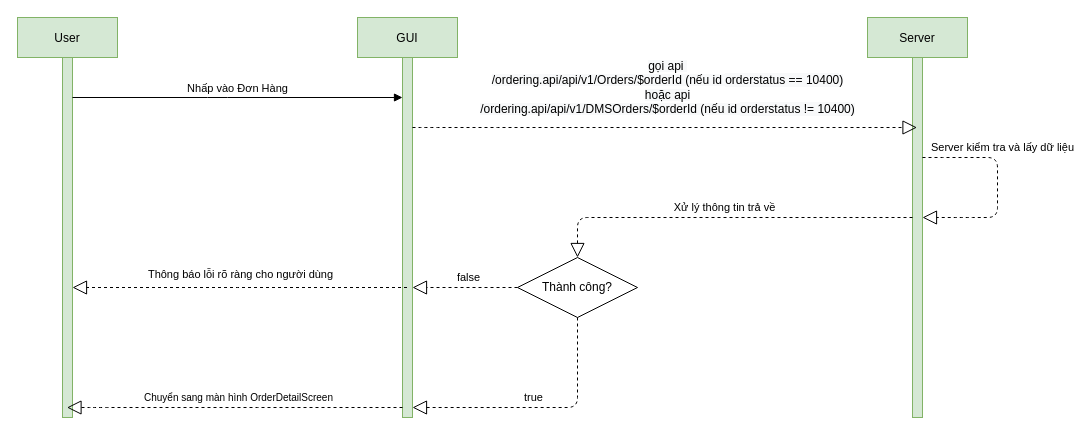
This is page "Order Detail" (5 of 9) of OrderManagement Diagram.drawio from Alars99/diagram, a draw.io file, before an edit. Source tidied: cells renumbered, new cells numbered last; positions are measured from the earlier drawing's top-left corner, leaving out a move shared by most shapes. Both pictures are drawn from the tidied source at 100%, with x=0, y=0 at pixel (17, 17).
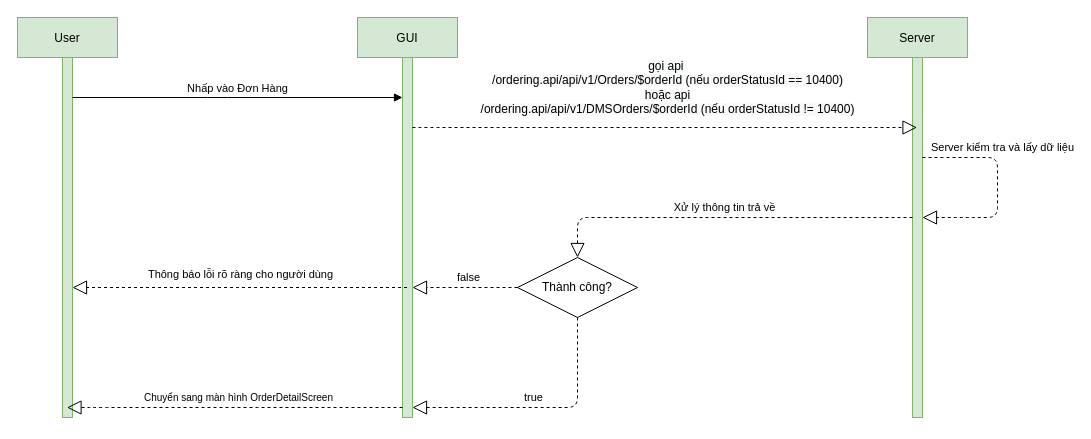
The same page after the edit.

The change refers to these unchanged cells:
```xml
<mxCell id="5" style="points=[];perimeter=orthogonalPerimeter;rounded=0;shadow=0;strokeWidth=1;fillColor=#d5e8d4;strokeColor=#82b366;" parent="4" vertex="1">
  <mxGeometry x="45" y="40" width="10" height="360" as="geometry" />
</mxCell>
<mxCell id="6" value="Server" style="shape=umlLifeline;perimeter=lifelinePerimeter;rounded=0;shadow=0;strokeWidth=1;fillColor=#d5e8d4;strokeColor=#82b366;" parent="1" vertex="1">
  <mxGeometry x="850" width="100" height="400" as="geometry" />
</mxCell>
```

The edit, as a diff of the source:
```diff
@@
-    <mxCell id="10" value="&lt;span style=&quot;background-color: rgb(248 , 249 , 250)&quot;&gt;&lt;span style=&quot;font-size: 12px&quot;&gt;gọi api&amp;nbsp;&lt;/span&gt;&lt;br&gt;&lt;span style=&quot;font-size: 12px&quot;&gt;/ordering.api/api/v1/Orders/$orderId&amp;nbsp;&lt;/span&gt;&lt;/span&gt;&lt;span style=&quot;background-color: rgb(248 , 249 , 250)&quot;&gt;&lt;span style=&quot;font-size: 12px&quot;&gt;(nếu id&amp;nbsp;&lt;/span&gt;&lt;/span&gt;&lt;span style=&quot;font-size: 12px ; background-color: rgb(248 , 249 , 250)&quot;&gt;orderstatus == 10400&lt;/span&gt;&lt;span style=&quot;background-color: rgb(248 , 249 , 250)&quot;&gt;&lt;span style=&quot;font-size: 12px&quot;&gt;)&lt;br&gt;hoặc api&lt;br&gt;&lt;/span&gt;&lt;/span&gt;&lt;span style=&quot;background-color: rgb(248 , 249 , 250)&quot;&gt;&lt;span style=&quot;font-size: 12px&quot;&gt;/ordering.api/api/v1/DMSOrders/$orderId&amp;nbsp;&lt;/span&gt;&lt;/span&gt;&lt;span style=&quot;background-color: rgb(248 , 249 , 250)&quot;&gt;&lt;span style=&quot;font-size: 12px&quot;&gt;(nếu id&amp;nbsp;&lt;/span&gt;&lt;/span&gt;&lt;span style=&quot;font-size: 12px ; background-color: rgb(248 , 249 , 250)&quot;&gt;orderstatus != 10400&lt;/span&gt;&lt;span style=&quot;background-color: rgb(248 , 249 , 250)&quot;&gt;&lt;span style=&quot;font-size: 12px&quot;&gt;)&lt;/span&gt;&lt;/span&gt;&lt;span style=&quot;background-color: rgb(248 , 249 , 250)&quot;&gt;&lt;span style=&quot;font-size: 12px&quot;&gt;&lt;br&gt;&lt;/span&gt;&lt;/span&gt;" style="endArrow=block;dashed=1;endFill=0;endSize=12;html=1;" parent="1" edge="1" source="5" target="6">
+    <mxCell id="10" value="&lt;span style=&quot;background-color: rgb(248 , 249 , 250)&quot;&gt;&lt;span style=&quot;font-size: 12px&quot;&gt;gọi api&amp;nbsp;&lt;/span&gt;&lt;br&gt;&lt;span style=&quot;font-size: 12px&quot;&gt;/ordering.api/api/v1/Orders/$orderId&amp;nbsp;&lt;/span&gt;&lt;/span&gt;&lt;span style=&quot;background-color: rgb(248 , 249 , 250)&quot;&gt;&lt;span style=&quot;font-size: 12px&quot;&gt;(nếu&amp;nbsp;&lt;/span&gt;&lt;/span&gt;&lt;span style=&quot;font-size: 12px ; background-color: rgb(248 , 249 , 250)&quot;&gt;orderStatusId&amp;nbsp;&lt;/span&gt;&lt;span style=&quot;font-size: 12px ; background-color: rgb(248 , 249 , 250)&quot;&gt;== 10400&lt;/span&gt;&lt;span style=&quot;background-color: rgb(248 , 249 , 250)&quot;&gt;&lt;span style=&quot;font-size: 12px&quot;&gt;)&lt;br&gt;hoặc api&lt;br&gt;&lt;/span&gt;&lt;/span&gt;&lt;span style=&quot;background-color: rgb(248 , 249 , 250)&quot;&gt;&lt;span style=&quot;font-size: 12px&quot;&gt;/ordering.api/api/v1/DMSOrders/$orderId&amp;nbsp;&lt;/span&gt;&lt;/span&gt;&lt;span style=&quot;background-color: rgb(248 , 249 , 250)&quot;&gt;&lt;span style=&quot;font-size: 12px&quot;&gt;(nếu &lt;/span&gt;&lt;/span&gt;&lt;span style=&quot;font-size: 12px ; background-color: rgb(248 , 249 , 250)&quot;&gt;orderStatusId&amp;nbsp;&lt;/span&gt;&lt;span style=&quot;font-size: 12px ; background-color: rgb(248 , 249 , 250)&quot;&gt;!= 10400&lt;/span&gt;&lt;span style=&quot;background-color: rgb(248 , 249 , 250)&quot;&gt;&lt;span style=&quot;font-size: 12px&quot;&gt;)&lt;/span&gt;&lt;/span&gt;&lt;span style=&quot;background-color: rgb(248 , 249 , 250)&quot;&gt;&lt;span style=&quot;font-size: 12px&quot;&gt;&lt;br&gt;&lt;/span&gt;&lt;/span&gt;" style="endArrow=block;dashed=1;endFill=0;endSize=12;html=1;" parent="1" edge="1" source="5" target="6">
       <mxGeometry x="0.01" y="40" relative="1" as="geometry">
         <Array as="points">
           <mxPoint x="410" y="110" />
           <mxPoint x="490" y="110" />
         </Array>
       </mxGeometry>
     </mxCell>
```
